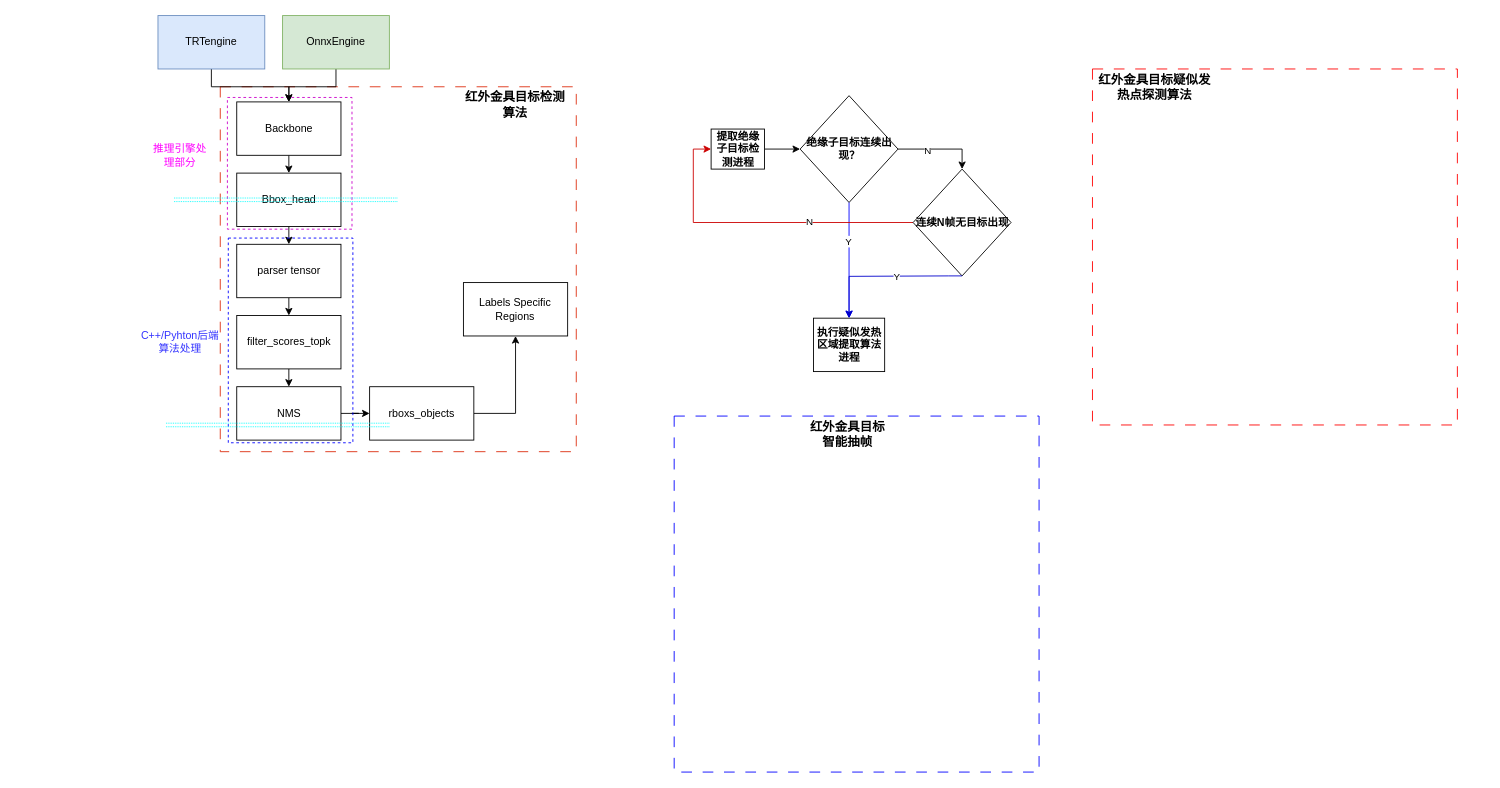
paleblackless/diagrams keeps this draw.io diagram as page "红外项目算法全流程图" (1 of 3) of 红外发热点提取算法流程图.drawio. Above is the earlier version. Source tidied: cells renumbered, new cells numbered last; positions are measured from the earlier drawing's top-left corner, leaving out a move shared by most shapes. Both pictures are drawn from the tidied source at 89%, with x=0, y=0 at pixel (140, 15).
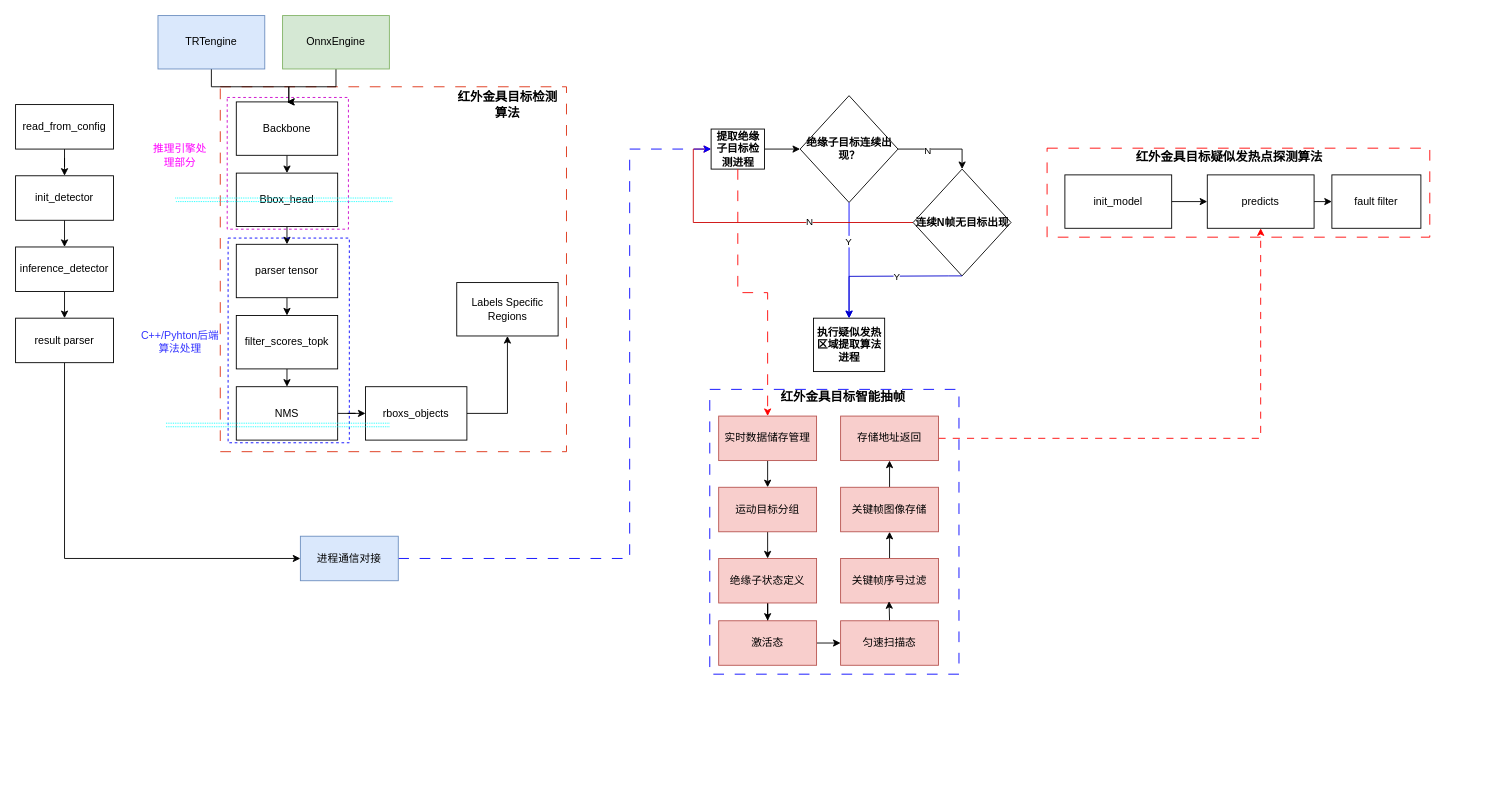
The same page after the edit.

The change refers to these unchanged cells:
```xml
<mxCell id="6" value="&lt;b style=&quot;border-color: var(--border-color);&quot;&gt;提取绝缘子目标检测进程&lt;/b&gt;" style="rounded=0;whiteSpace=wrap;html=1;" parent="3" vertex="1">
  <mxGeometry x="40" y="37.5" width="60" height="45" as="geometry" />
</mxCell>
```

Change to the diagram source:
```diff
@@
+    <mxCell id="37" style="rounded=0;whiteSpace=wrap;html=1;fillColor=none;dashed=1;strokeColor=#0000FF;dashPattern=12 12;" parent="1" vertex="1">
+      <mxGeometry x="640" y="420" width="280" height="320" as="geometry" />
+    </mxCell>
@@
     <mxCell id="17" style="group;" parent="1" vertex="1">
-      <mxGeometry x="90" y="60" width="400" height="430" as="geometry" />
+      <mxGeometry x="90" y="60" width="389" height="430" as="geometry" />
     </mxCell>
     <mxCell id="18" style="rounded=0;whiteSpace=wrap;html=1;fillColor=none;dashed=1;strokeColor=#dd2d0e;dashPattern=12 12;" parent="17" vertex="1">
-      <mxGeometry y="20" width="400" height="410" as="geometry" />
+      <mxGeometry y="20" width="389" height="410" as="geometry" />
     </mxCell>
     <mxCell id="19" value="&lt;b&gt;&lt;font style=&quot;font-size: 14px;&quot;&gt;红外金具目标检测算法&lt;/font&gt;&lt;/b&gt;" style="text;html=1;strokeColor=none;fillColor=none;align=center;verticalAlign=middle;whiteSpace=wrap;rounded=0;dashed=1;dashPattern=12 12;" parent="17" vertex="1">
-      <mxGeometry x="273.2" y="20" width="117.1" height="40" as="geometry" />
+      <mxGeometry x="265.7" y="20" width="113.9" height="40" as="geometry" />
     </mxCell>
@@
     <mxCell id="21" value="Backbone" style="rounded=0;whiteSpace=wrap;html=1;" parent="17" vertex="1">
-      <mxGeometry x="18.5" y="37" width="117.1" height="60" as="geometry" />
+      <mxGeometry x="18" y="37" width="113.9" height="60" as="geometry" />
     </mxCell>
@@
     <mxCell id="23" value="filter_scores_topk" style="rounded=0;whiteSpace=wrap;html=1;" parent="17" vertex="1">
-      <mxGeometry x="18.5" y="277" width="117.1" height="60" as="geometry" />
+      <mxGeometry x="18" y="277" width="113.9" height="60" as="geometry" />
     </mxCell>
@@
     <mxCell id="25" value="NMS" style="rounded=0;whiteSpace=wrap;html=1;" parent="17" vertex="1">
-      <mxGeometry x="18.5" y="357" width="117.1" height="60" as="geometry" />
+      <mxGeometry x="18" y="357" width="113.9" height="60" as="geometry" />
     </mxCell>
@@
     <mxCell id="27" value="Bbox_head" style="rounded=0;whiteSpace=wrap;html=1;" parent="17" vertex="1">
-      <mxGeometry x="18.5" y="117" width="117.1" height="60" as="geometry" />
+      <mxGeometry x="18" y="117" width="113.9" height="60" as="geometry" />
     </mxCell>
@@
     <mxCell id="29" value="parser tensor" style="rounded=0;whiteSpace=wrap;html=1;" parent="17" vertex="1">
-      <mxGeometry x="18.5" y="197" width="117.1" height="60" as="geometry" />
+      <mxGeometry x="18" y="197" width="113.9" height="60" as="geometry" />
     </mxCell>
@@
     <mxCell id="31" value="rboxs_objects" style="rounded=0;whiteSpace=wrap;html=1;" parent="17" vertex="1">
-      <mxGeometry x="167.8" y="357" width="117.1" height="60" as="geometry" />
+      <mxGeometry x="163.2" y="357" width="113.9" height="60" as="geometry" />
     </mxCell>
     <mxCell id="32" value="Labels Specific Regions" style="rounded=0;whiteSpace=wrap;html=1;" parent="17" vertex="1">
-      <mxGeometry x="273.2" y="240" width="117.1" height="60" as="geometry" />
+      <mxGeometry x="265.7" y="240" width="113.9" height="60" as="geometry" />
     </mxCell>
     <mxCell id="33" style="rounded=0;whiteSpace=wrap;html=1;fillColor=none;dashed=1;strokeColor=#0000FF;" parent="17" vertex="1">
-      <mxGeometry x="9" y="190" width="140" height="230" as="geometry" />
+      <mxGeometry x="8.8" y="190" width="136.2" height="230" as="geometry" />
     </mxCell>
     <mxCell id="34" style="rounded=0;whiteSpace=wrap;html=1;fillColor=none;dashed=1;strokeColor=#CC00CC;" parent="17" vertex="1">
-      <mxGeometry x="8" y="32" width="140" height="148" as="geometry" />
+      <mxGeometry x="7.8" y="32" width="136.2" height="148" as="geometry" />
     </mxCell>
     <mxCell id="35" style="endArrow=none;html=1;rounded=0;shape=link;dashed=1;dashPattern=1 1;strokeColor=#00FFFF;" parent="17" edge="1">
       <mxGeometry relative="1" as="geometry">
-        <mxPoint x="-52" y="147" as="sourcePoint" />
-        <mxPoint x="199" y="147" as="targetPoint" />
+        <mxPoint x="-50.6" y="147" as="sourcePoint" />
+        <mxPoint x="193.5" y="147" as="targetPoint" />
       </mxGeometry>
     </mxCell>
-    <mxCell id="36" style="group;" parent="1" vertex="1">
-      <mxGeometry x="600" y="440" width="410" height="410" as="geometry" />
-    </mxCell>
-    <mxCell id="37" style="rounded=0;whiteSpace=wrap;html=1;fillColor=none;dashed=1;strokeColor=#0000FF;dashPattern=12 12;" parent="36" vertex="1">
-      <mxGeometry y="10" width="410" height="400" as="geometry" />
-    </mxCell>
-    <mxCell id="38" value="&lt;b&gt;&lt;font style=&quot;font-size: 14px;&quot;&gt;红外金具目标智能抽帧&lt;/font&gt;&lt;/b&gt;" style="text;html=1;strokeColor=none;fillColor=none;align=center;verticalAlign=middle;whiteSpace=wrap;rounded=0;dashed=1;dashPattern=12 12;" parent="36" vertex="1">
-      <mxGeometry x="150" width="90" height="60" as="geometry" />
-    </mxCell>
     <mxCell id="39" style="group;" parent="1" vertex="1">
-      <mxGeometry x="1070" y="50" width="410" height="410" as="geometry" />
+      <mxGeometry x="1070" y="50" width="440" height="410" as="geometry" />
     </mxCell>
     <mxCell id="40" style="rounded=0;whiteSpace=wrap;html=1;fillColor=none;dashed=1;strokeColor=#FF0000;dashPattern=12 12;" parent="39" vertex="1">
-      <mxGeometry y="10" width="410" height="400" as="geometry" />
+      <mxGeometry x="-51" y="99" width="430" height="100" as="geometry" />
     </mxCell>
     <mxCell id="41" value="&lt;b&gt;&lt;font style=&quot;font-size: 14px;&quot;&gt;红外金具目标疑似发热点探测算法&lt;/font&gt;&lt;/b&gt;" style="text;html=1;strokeColor=none;fillColor=none;align=center;verticalAlign=middle;whiteSpace=wrap;rounded=0;dashed=1;dashPattern=12 12;" parent="39" vertex="1">
-      <mxGeometry width="140" height="60" as="geometry" />
+      <mxGeometry x="9" y="89" width="290" height="40" as="geometry" />
     </mxCell>
+    <mxCell id="49" style="edgeStyle=orthogonalEdgeStyle;rounded=0;jettySize=auto;html=1;exitX=1;exitY=0.5;exitDx=0;exitDy=0;entryX=0;entryY=0.5;entryDx=0;entryDy=0;" parent="39" edge="1" source="50" target="53">
+      <mxGeometry relative="1" as="geometry" />
+    </mxCell>
+    <mxCell id="50" value="predicts" style="rounded=0;whiteSpace=wrap;html=1;" parent="39" vertex="1">
+      <mxGeometry x="129" y="129" width="120" height="60" as="geometry" />
+    </mxCell>
+    <mxCell id="51" style="edgeStyle=orthogonalEdgeStyle;rounded=0;jettySize=auto;html=1;exitX=1;exitY=0.5;exitDx=0;exitDy=0;entryX=0;entryY=0.5;entryDx=0;entryDy=0;" parent="39" edge="1" source="52" target="50">
+      <mxGeometry relative="1" as="geometry" />
+    </mxCell>
+    <mxCell id="52" value="init_model" style="rounded=0;whiteSpace=wrap;html=1;" parent="39" vertex="1">
+      <mxGeometry x="-31" y="129" width="120" height="60" as="geometry" />
+    </mxCell>
+    <mxCell id="53" value="fault filter" style="rounded=0;whiteSpace=wrap;html=1;" parent="39" vertex="1">
+      <mxGeometry x="269" y="129" width="100" height="60" as="geometry" />
+    </mxCell>
@@
+    <mxCell id="54" style="edgeStyle=orthogonalEdgeStyle;rounded=0;jettySize=auto;html=1;entryX=0.5;entryY=0;entryDx=0;entryDy=0;" parent="1" edge="1" source="55" target="57">
+      <mxGeometry relative="1" as="geometry" />
+    </mxCell>
+    <mxCell id="55" value="read_from_config" style="rounded=0;whiteSpace=wrap;html=1;" parent="1" vertex="1">
+      <mxGeometry x="-140" y="100" width="110" height="50" as="geometry" />
+    </mxCell>
+    <mxCell id="56" style="edgeStyle=orthogonalEdgeStyle;rounded=0;jettySize=auto;html=1;exitX=0.5;exitY=1;exitDx=0;exitDy=0;entryX=0.5;entryY=0;entryDx=0;entryDy=0;" parent="1" edge="1" source="57" target="59">
+      <mxGeometry relative="1" as="geometry" />
+    </mxCell>
+    <mxCell id="57" value="init_detector" style="rounded=0;whiteSpace=wrap;html=1;" parent="1" vertex="1">
+      <mxGeometry x="-140" y="180" width="110" height="50" as="geometry" />
+    </mxCell>
+    <mxCell id="58" style="edgeStyle=orthogonalEdgeStyle;rounded=0;jettySize=auto;html=1;exitX=0.5;exitY=1;exitDx=0;exitDy=0;entryX=0.5;entryY=0;entryDx=0;entryDy=0;" parent="1" edge="1" source="59" target="61">
+      <mxGeometry relative="1" as="geometry" />
+    </mxCell>
+    <mxCell id="59" value="inference_detector" style="rounded=0;whiteSpace=wrap;html=1;" parent="1" vertex="1">
+      <mxGeometry x="-140" y="260" width="110" height="50" as="geometry" />
+    </mxCell>
+    <mxCell id="60" style="edgeStyle=orthogonalEdgeStyle;rounded=0;jettySize=auto;html=1;exitX=0.5;exitY=1;exitDx=0;exitDy=0;entryX=0;entryY=0.5;entryDx=0;entryDy=0;" parent="1" edge="1" source="61" target="63">
+      <mxGeometry relative="1" as="geometry" />
+    </mxCell>
+    <mxCell id="61" value="result parser" style="rounded=0;whiteSpace=wrap;html=1;" parent="1" vertex="1">
+      <mxGeometry x="-140" y="340" width="110" height="50" as="geometry" />
+    </mxCell>
+    <mxCell id="62" style="edgeStyle=orthogonalEdgeStyle;rounded=0;jettySize=auto;html=1;entryX=0;entryY=0.5;entryDx=0;entryDy=0;dashed=1;dashPattern=12 12;strokeColor=#0000FF;" parent="1" edge="1" source="63" target="6">
+      <mxGeometry relative="1" as="geometry">
+        <Array as="points">
+          <mxPoint x="550" y="610" />
+          <mxPoint x="550" y="150" />
+        </Array>
+      </mxGeometry>
+    </mxCell>
+    <mxCell id="63" value="进程通信对接" style="rounded=0;whiteSpace=wrap;html=1;fillColor=#dae8fc;strokeColor=#6c8ebf;" parent="1" vertex="1">
+      <mxGeometry x="180" y="585" width="110" height="50" as="geometry" />
+    </mxCell>
+    <mxCell id="38" value="&lt;b&gt;&lt;font style=&quot;font-size: 14px;&quot;&gt;红外金具目标智能抽帧&lt;/font&gt;&lt;/b&gt;" style="text;html=1;strokeColor=none;fillColor=none;align=center;verticalAlign=middle;whiteSpace=wrap;rounded=0;dashed=1;dashPattern=12 12;" parent="1" vertex="1">
+      <mxGeometry x="710" y="407" width="160" height="43" as="geometry" />
+    </mxCell>
+    <mxCell id="64" style="edgeStyle=orthogonalEdgeStyle;rounded=0;jettySize=auto;html=1;exitX=0.5;exitY=1;exitDx=0;exitDy=0;entryX=0.5;entryY=0;entryDx=0;entryDy=0;" parent="1" edge="1" source="65" target="69">
+      <mxGeometry relative="1" as="geometry" />
+    </mxCell>
+    <mxCell id="65" value="实时数据储存管理" style="rounded=0;whiteSpace=wrap;html=1;fillColor=#f8cecc;strokeColor=#b85450;" parent="1" vertex="1">
+      <mxGeometry x="650" y="450" width="110" height="50" as="geometry" />
+    </mxCell>
+    <mxCell id="66" style="edgeStyle=orthogonalEdgeStyle;rounded=0;jettySize=auto;html=1;exitX=0.5;exitY=0;exitDx=0;exitDy=0;entryX=0.5;entryY=1;entryDx=0;entryDy=0;" parent="1" edge="1" source="67" target="77">
+      <mxGeometry relative="1" as="geometry" />
+    </mxCell>
+    <mxCell id="67" value="关键帧序号过滤" style="rounded=0;whiteSpace=wrap;html=1;fillColor=#f8cecc;strokeColor=#b85450;" parent="1" vertex="1">
+      <mxGeometry x="787" y="610" width="110" height="50" as="geometry" />
+    </mxCell>
+    <mxCell id="68" style="edgeStyle=orthogonalEdgeStyle;rounded=0;jettySize=auto;html=1;exitX=0.5;exitY=1;exitDx=0;exitDy=0;entryX=0.5;entryY=0;entryDx=0;entryDy=0;" parent="1" edge="1" source="69" target="71">
+      <mxGeometry relative="1" as="geometry" />
+    </mxCell>
+    <mxCell id="69" value="运动目标分组" style="rounded=0;whiteSpace=wrap;html=1;fillColor=#f8cecc;strokeColor=#b85450;" parent="1" vertex="1">
+      <mxGeometry x="650" y="530" width="110" height="50" as="geometry" />
+    </mxCell>
+    <mxCell id="70" style="edgeStyle=orthogonalEdgeStyle;rounded=0;jettySize=auto;html=1;exitX=0.5;exitY=1;exitDx=0;exitDy=0;" parent="1" edge="1" source="71" target="73">
+      <mxGeometry relative="1" as="geometry" />
+    </mxCell>
+    <mxCell id="71" value="绝缘子状态定义" style="rounded=0;whiteSpace=wrap;html=1;fillColor=#f8cecc;strokeColor=#b85450;" parent="1" vertex="1">
+      <mxGeometry x="650" y="610" width="110" height="50" as="geometry" />
+    </mxCell>
+    <mxCell id="72" style="edgeStyle=orthogonalEdgeStyle;rounded=0;jettySize=auto;html=1;exitX=1;exitY=0.5;exitDx=0;exitDy=0;entryX=0;entryY=0.5;entryDx=0;entryDy=0;" parent="1" edge="1" source="73" target="75">
+      <mxGeometry relative="1" as="geometry" />
+    </mxCell>
+    <mxCell id="73" value="激活态" style="rounded=0;whiteSpace=wrap;html=1;fillColor=#f8cecc;strokeColor=#b85450;" parent="1" vertex="1">
+      <mxGeometry x="650" y="680" width="110" height="50" as="geometry" />
+    </mxCell>
+    <mxCell id="74" style="edgeStyle=orthogonalEdgeStyle;rounded=0;jettySize=auto;html=1;exitX=0.5;exitY=0;exitDx=0;exitDy=0;entryX=0.495;entryY=0.96;entryDx=0;entryDy=0;entryPerimeter=0;" parent="1" edge="1" source="75" target="67">
+      <mxGeometry relative="1" as="geometry" />
+    </mxCell>
+    <mxCell id="75" value="匀速扫描态" style="rounded=0;whiteSpace=wrap;html=1;fillColor=#f8cecc;strokeColor=#b85450;" parent="1" vertex="1">
+      <mxGeometry x="787" y="680" width="110" height="50" as="geometry" />
+    </mxCell>
+    <mxCell id="76" style="edgeStyle=orthogonalEdgeStyle;rounded=0;jettySize=auto;html=1;exitX=0.5;exitY=0;exitDx=0;exitDy=0;entryX=0.5;entryY=1;entryDx=0;entryDy=0;" parent="1" edge="1" source="77" target="79">
+      <mxGeometry relative="1" as="geometry" />
+    </mxCell>
+    <mxCell id="77" value="关键帧图像存储" style="rounded=0;whiteSpace=wrap;html=1;fillColor=#f8cecc;strokeColor=#b85450;" parent="1" vertex="1">
+      <mxGeometry x="787" y="530" width="110" height="50" as="geometry" />
+    </mxCell>
+    <mxCell id="78" style="edgeStyle=orthogonalEdgeStyle;rounded=0;jettySize=auto;html=1;exitX=1;exitY=0.5;exitDx=0;exitDy=0;entryX=0.5;entryY=1;entryDx=0;entryDy=0;dashed=1;dashPattern=8 8;strokeColor=#FF0000;" parent="1" edge="1" source="79" target="50">
+      <mxGeometry relative="1" as="geometry">
+        <Array as="points">
+          <mxPoint x="1259" y="475" />
+        </Array>
+      </mxGeometry>
+    </mxCell>
+    <mxCell id="79" value="存储地址返回" style="rounded=0;whiteSpace=wrap;html=1;fillColor=#f8cecc;strokeColor=#b85450;" parent="1" vertex="1">
+      <mxGeometry x="787" y="450" width="110" height="50" as="geometry" />
+    </mxCell>
+    <mxCell id="80" style="edgeStyle=orthogonalEdgeStyle;rounded=0;jettySize=auto;html=1;exitX=0.5;exitY=1;exitDx=0;exitDy=0;entryX=0.5;entryY=0;entryDx=0;entryDy=0;dashed=1;dashPattern=12 12;strokeColor=#FF0000;" parent="1" edge="1" source="6" target="65">
+      <mxGeometry relative="1" as="geometry" />
+    </mxCell>
```
